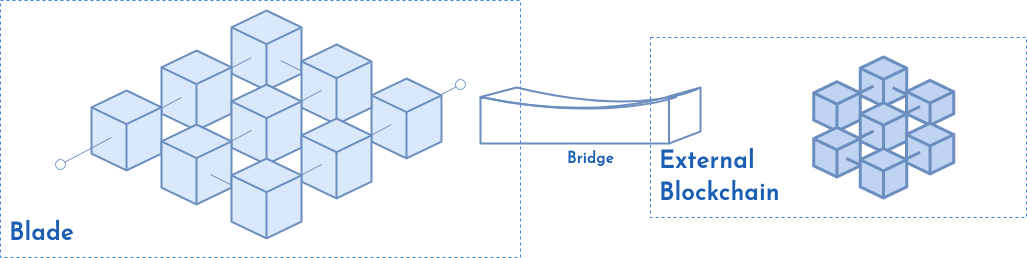
Earlier version of the draw.io export gitbook/.gitbook/assets/system_architecture-L1&IntegratedBridge.drawio.png (Ethernal-Tech/blade-legacy). Source tidied: cells renumbered, new cells last; positions are measured from the earlier drawing's top-left corner, leaving out a move shared by most shapes. Source of this version:
```xml
<mxGraphModel>
  <root>
    <mxCell id="0" />
    <mxCell id="1" parent="0" />
    <mxCell id="2" value="&lt;font face=&quot;josefin sans&quot; color=&quot;#1a5fb4&quot;&gt;Blade&lt;/font&gt;" style="text;strokeColor=#3584e4;fillColor=none;html=1;fontSize=24;fontStyle=1;verticalAlign=bottom;align=left;labelBorderColor=none;dashed=1;spacingTop=7;spacingLeft=7;spacingBottom=7;spacing=2;" parent="1" vertex="1">
      <mxGeometry width="520" height="257" as="geometry" />
    </mxCell>
    <mxCell id="3" style="group;" parent="1" vertex="1">
      <mxGeometry x="60" y="10" width="400" height="228" as="geometry" />
    </mxCell>
    <mxCell id="4" style="endArrow=oval;html=1;rounded=0;jumpSize=1;endSize=10;fillColor=#dae8fc;strokeColor=#6c8ebf;endFill=0;startSize=10;" parent="3" edge="1">
      <mxGeometry relative="1" as="geometry">
        <mxPoint x="349" y="101" as="sourcePoint" />
        <mxPoint x="400" y="74" as="targetPoint" />
      </mxGeometry>
    </mxCell>
    <mxCell id="5" style="html=1;whiteSpace=wrap;shape=isoCube2;backgroundOutline=1;isoAngle=15;fillColor=#dae8fc;strokeColor=#6c8ebf;strokeWidth=2;" parent="3" vertex="1">
      <mxGeometry x="311" y="68" width="70" height="80" as="geometry" />
    </mxCell>
    <mxCell id="6" style="endArrow=none;html=1;rounded=0;jumpSize=1;endSize=6;fillColor=#dae8fc;strokeColor=#6c8ebf;endFill=0;startArrow=none;startFill=0;" parent="3" edge="1">
      <mxGeometry relative="1" as="geometry">
        <mxPoint x="280" y="141" as="sourcePoint" />
        <mxPoint x="331" y="114" as="targetPoint" />
      </mxGeometry>
    </mxCell>
    <mxCell id="7" style="html=1;whiteSpace=wrap;shape=isoCube2;backgroundOutline=1;isoAngle=15;fillColor=#dae8fc;strokeColor=#6c8ebf;strokeWidth=2;" parent="3" vertex="1">
      <mxGeometry x="171" width="70" height="80" as="geometry" />
    </mxCell>
    <mxCell id="8" style="endArrow=none;html=1;rounded=0;jumpSize=1;endSize=6;fillColor=#dae8fc;strokeColor=#6c8ebf;endFill=0;startArrow=none;startFill=0;" parent="3" edge="1">
      <mxGeometry relative="1" as="geometry">
        <mxPoint x="280" y="80" as="sourcePoint" />
        <mxPoint x="220" y="50" as="targetPoint" />
      </mxGeometry>
    </mxCell>
    <mxCell id="9" style="html=1;whiteSpace=wrap;shape=isoCube2;backgroundOutline=1;isoAngle=15;fillColor=#dae8fc;strokeColor=#6c8ebf;strokeWidth=2;" parent="3" vertex="1">
      <mxGeometry x="241" y="34" width="70" height="80" as="geometry" />
    </mxCell>
    <mxCell id="10" style="endArrow=none;html=1;rounded=0;jumpSize=1;endSize=6;fillColor=#dae8fc;strokeColor=#6c8ebf;endFill=0;startArrow=none;startFill=0;" parent="3" edge="1">
      <mxGeometry relative="1" as="geometry">
        <mxPoint x="140" y="74" as="sourcePoint" />
        <mxPoint x="191" y="47" as="targetPoint" />
      </mxGeometry>
    </mxCell>
    <mxCell id="11" style="html=1;whiteSpace=wrap;shape=isoCube2;backgroundOutline=1;isoAngle=15;fillColor=#dae8fc;strokeColor=#6c8ebf;strokeWidth=2;" parent="3" vertex="1">
      <mxGeometry x="101" y="40" width="70" height="80" as="geometry" />
    </mxCell>
    <mxCell id="12" style="endArrow=none;html=1;rounded=0;jumpSize=1;endSize=6;fillColor=#dae8fc;strokeColor=#6c8ebf;endFill=0;startArrow=none;startFill=0;" parent="3" edge="1">
      <mxGeometry relative="1" as="geometry">
        <mxPoint x="70" y="114" as="sourcePoint" />
        <mxPoint x="121" y="87" as="targetPoint" />
      </mxGeometry>
    </mxCell>
    <mxCell id="13" style="html=1;whiteSpace=wrap;shape=isoCube2;backgroundOutline=1;isoAngle=15;fillColor=#dae8fc;strokeColor=#6c8ebf;strokeWidth=2;" parent="3" vertex="1">
      <mxGeometry x="31" y="80" width="70" height="80" as="geometry" />
    </mxCell>
    <mxCell id="14" style="endArrow=none;html=1;rounded=0;jumpSize=1;endSize=10;fillColor=#dae8fc;strokeColor=#6c8ebf;endFill=0;startArrow=oval;startFill=0;startSize=10;" parent="3" edge="1">
      <mxGeometry relative="1" as="geometry">
        <mxPoint y="154" as="sourcePoint" />
        <mxPoint x="51" y="127" as="targetPoint" />
      </mxGeometry>
    </mxCell>
    <mxCell id="15" style="endArrow=none;html=1;rounded=0;jumpSize=1;endSize=6;fillColor=#dae8fc;strokeColor=#6c8ebf;endFill=0;startArrow=none;startFill=0;" parent="3" edge="1">
      <mxGeometry relative="1" as="geometry">
        <mxPoint x="210" y="107" as="sourcePoint" />
        <mxPoint x="261" y="80" as="targetPoint" />
      </mxGeometry>
    </mxCell>
    <mxCell id="16" style="html=1;whiteSpace=wrap;shape=isoCube2;backgroundOutline=1;isoAngle=15;fillColor=#dae8fc;strokeColor=#6c8ebf;strokeWidth=2;" parent="3" vertex="1">
      <mxGeometry x="171" y="74" width="70" height="80" as="geometry" />
    </mxCell>
    <mxCell id="17" style="endArrow=none;html=1;rounded=0;jumpSize=1;endSize=6;fillColor=#dae8fc;strokeColor=#6c8ebf;endFill=0;startArrow=none;startFill=0;" parent="3" edge="1">
      <mxGeometry relative="1" as="geometry">
        <mxPoint x="140" y="147" as="sourcePoint" />
        <mxPoint x="191" y="120" as="targetPoint" />
      </mxGeometry>
    </mxCell>
    <mxCell id="18" style="html=1;whiteSpace=wrap;shape=isoCube2;backgroundOutline=1;isoAngle=15;fillColor=#dae8fc;strokeColor=#6c8ebf;strokeWidth=2;" parent="3" vertex="1">
      <mxGeometry x="101" y="114" width="70" height="80" as="geometry" />
    </mxCell>
    <mxCell id="19" style="endArrow=none;html=1;rounded=0;jumpSize=1;endSize=6;fillColor=#dae8fc;strokeColor=#6c8ebf;endFill=0;startArrow=none;startFill=0;" parent="3" edge="1">
      <mxGeometry relative="1" as="geometry">
        <mxPoint x="210" y="194" as="sourcePoint" />
        <mxPoint x="150" y="164" as="targetPoint" />
      </mxGeometry>
    </mxCell>
    <mxCell id="20" style="html=1;whiteSpace=wrap;shape=isoCube2;backgroundOutline=1;isoAngle=15;fillColor=#dae8fc;strokeColor=#6c8ebf;strokeWidth=2;" parent="3" vertex="1">
      <mxGeometry x="241" y="108" width="70" height="80" as="geometry" />
    </mxCell>
    <mxCell id="21" style="endArrow=none;html=1;rounded=0;jumpSize=1;endSize=6;fillColor=#dae8fc;strokeColor=#6c8ebf;endFill=0;startArrow=none;startFill=0;" parent="3" edge="1">
      <mxGeometry relative="1" as="geometry">
        <mxPoint x="210" y="181" as="sourcePoint" />
        <mxPoint x="261" y="154" as="targetPoint" />
      </mxGeometry>
    </mxCell>
    <mxCell id="22" style="html=1;whiteSpace=wrap;shape=isoCube2;backgroundOutline=1;isoAngle=15;fillColor=#dae8fc;strokeColor=#6c8ebf;strokeWidth=2;" parent="3" vertex="1">
      <mxGeometry x="171" y="148" width="70" height="80" as="geometry" />
    </mxCell>
    <mxCell id="23" style="group;" parent="1" vertex="1">
      <mxGeometry x="650" y="37" width="376" height="180" as="geometry" />
    </mxCell>
    <mxCell id="24" value="&lt;div&gt;&lt;font color=&quot;#1a5fb4&quot; face=&quot;josefin sans&quot;&gt;External &lt;br&gt;&lt;/font&gt;&lt;/div&gt;&lt;div&gt;&lt;font color=&quot;#1a5fb4&quot; face=&quot;josefin sans&quot;&gt;Blockchain&lt;br&gt;&lt;/font&gt;&lt;/div&gt;" style="text;strokeColor=#3584e4;fillColor=none;html=1;fontSize=24;fontStyle=1;verticalAlign=bottom;align=left;labelBorderColor=none;dashed=1;spacingTop=7;spacingLeft=7;spacingBottom=7;spacing=2;" parent="23" vertex="1">
      <mxGeometry width="376" height="180" as="geometry" />
    </mxCell>
    <mxCell id="25" style="group;" parent="23" vertex="1">
      <mxGeometry x="96" y="19.5" width="266" height="141" as="geometry" />
    </mxCell>
    <mxCell id="26" style="html=1;whiteSpace=wrap;shape=isoCube2;backgroundOutline=1;isoAngle=15;fillColor=#BFD4F2;strokeColor=#6c8ebf;align=center;verticalAlign=middle;fontFamily=Helvetica;fontSize=12;fontColor=default;strokeWidth=3;" parent="25" vertex="1">
      <mxGeometry x="113.7" width="46.6" height="49.5" as="geometry" />
    </mxCell>
    <mxCell id="27" style="endArrow=none;html=1;rounded=0;jumpSize=1;endSize=6;fillColor=#dae8fc;strokeColor=#6c8ebf;endFill=0;startArrow=none;startFill=0;strokeWidth=3;" parent="25" edge="1">
      <mxGeometry relative="1" as="geometry">
        <mxPoint x="186.2" y="49.5" as="sourcePoint" />
        <mxPoint x="146.3" y="30.9" as="targetPoint" />
      </mxGeometry>
    </mxCell>
    <mxCell id="28" style="html=1;whiteSpace=wrap;shape=isoCube2;backgroundOutline=1;isoAngle=15;fillColor=#BFD4F2;strokeColor=#6c8ebf;strokeWidth=3;" parent="25" vertex="1">
      <mxGeometry x="159.9" y="23.4" width="47.2" height="44.8" as="geometry" />
    </mxCell>
    <mxCell id="29" style="endArrow=none;html=1;rounded=0;jumpSize=1;endSize=6;fillColor=#dae8fc;strokeColor=#6c8ebf;endFill=0;startArrow=none;startFill=0;strokeWidth=3;" parent="25" edge="1">
      <mxGeometry relative="1" as="geometry">
        <mxPoint x="93.1" y="45.8" as="sourcePoint" />
        <mxPoint x="127" y="29.1" as="targetPoint" />
      </mxGeometry>
    </mxCell>
    <mxCell id="30" style="html=1;whiteSpace=wrap;shape=isoCube2;backgroundOutline=1;isoAngle=15;fillColor=#BFD4F2;strokeColor=#6c8ebf;strokeWidth=3;" parent="25" vertex="1">
      <mxGeometry x="67.2" y="24.7" width="46.6" height="49.5" as="geometry" />
    </mxCell>
    <mxCell id="31" style="endArrow=none;html=1;rounded=0;jumpSize=1;endSize=6;fillColor=#dae8fc;strokeColor=#6c8ebf;endFill=0;startArrow=none;startFill=0;strokeWidth=3;" parent="25" edge="1">
      <mxGeometry relative="1" as="geometry">
        <mxPoint x="139.7" y="66.2" as="sourcePoint" />
        <mxPoint x="173.6" y="49.5" as="targetPoint" />
      </mxGeometry>
    </mxCell>
    <mxCell id="32" style="html=1;whiteSpace=wrap;shape=isoCube2;backgroundOutline=1;isoAngle=15;fillColor=#BFD4F2;strokeColor=#6c8ebf;align=center;verticalAlign=middle;fontFamily=Helvetica;fontSize=12;fontColor=default;strokeWidth=3;" parent="25" vertex="1">
      <mxGeometry x="113.7" y="45.8" width="46.6" height="49.5" as="geometry" />
    </mxCell>
    <mxCell id="33" style="endArrow=none;html=1;rounded=0;jumpSize=1;endSize=6;fillColor=#dae8fc;strokeColor=#6c8ebf;endFill=0;startArrow=none;startFill=0;strokeWidth=3;" parent="25" edge="1">
      <mxGeometry relative="1" as="geometry">
        <mxPoint x="93.1" y="90.9" as="sourcePoint" />
        <mxPoint x="127" y="74.2" as="targetPoint" />
      </mxGeometry>
    </mxCell>
    <mxCell id="34" style="html=1;whiteSpace=wrap;shape=isoCube2;backgroundOutline=1;isoAngle=15;fillColor=#BFD4F2;strokeColor=#6c8ebf;strokeWidth=3;" parent="25" vertex="1">
      <mxGeometry x="67.2" y="70.5" width="46.6" height="49.5" as="geometry" />
    </mxCell>
    <mxCell id="35" style="endArrow=none;html=1;rounded=0;jumpSize=1;endSize=6;fillColor=#dae8fc;strokeColor=#6c8ebf;endFill=0;startArrow=none;startFill=0;strokeWidth=3;" parent="25" edge="1">
      <mxGeometry relative="1" as="geometry">
        <mxPoint x="139.7" y="120" as="sourcePoint" />
        <mxPoint x="99.8" y="101.4" as="targetPoint" />
      </mxGeometry>
    </mxCell>
    <mxCell id="36" style="html=1;whiteSpace=wrap;shape=isoCube2;backgroundOutline=1;isoAngle=15;fillColor=#BFD4F2;strokeColor=#6c8ebf;strokeWidth=3;" parent="25" vertex="1">
      <mxGeometry x="159.9" y="66.2" width="47.2" height="50.7" as="geometry" />
    </mxCell>
    <mxCell id="37" style="endArrow=none;html=1;rounded=0;jumpSize=1;endSize=6;fillColor=#dae8fc;strokeColor=#6c8ebf;endFill=0;startArrow=none;startFill=0;strokeWidth=3;" parent="25" edge="1">
      <mxGeometry relative="1" as="geometry">
        <mxPoint x="139.7" y="111.9" as="sourcePoint" />
        <mxPoint x="173.6" y="95.2" as="targetPoint" />
      </mxGeometry>
    </mxCell>
    <mxCell id="38" style="html=1;whiteSpace=wrap;shape=isoCube2;backgroundOutline=1;isoAngle=15;fillColor=#BFD4F2;strokeColor=#6c8ebf;align=center;verticalAlign=middle;fontFamily=Helvetica;fontSize=12;fontColor=default;strokeWidth=3;" parent="25" vertex="1">
      <mxGeometry x="113.7" y="91.5" width="46.6" height="49.5" as="geometry" />
    </mxCell>
    <mxCell id="39" value="Bridge" style="shape=mxgraph.cisco.misc.bridge;html=1;dashed=0;fillColor=none;strokeColor=#6c8ebf;strokeWidth=2;verticalLabelPosition=bottom;verticalAlign=top;align=center;fontFamily=josefin sans;fontSource=https%3A%2F%2Ffonts.googleapis.com%2Fcss%3Ffamily%3DJosefin%20Sans;fontColor=#1a5fb4;fontSize=15;fontStyle=1;" parent="1" vertex="1">
      <mxGeometry x="480" y="87" width="220" height="56" as="geometry" />
    </mxCell>
  </root>
</mxGraphModel>
```
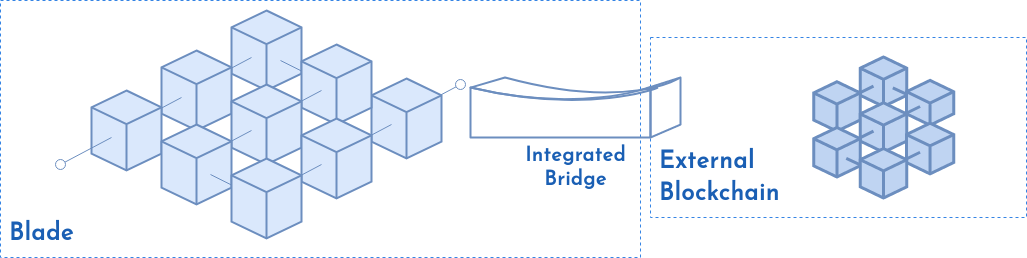
Above is the later version.

Diff of the diagram source:
```diff
@@ -3,7 +3,7 @@
     <mxCell id="0" />
     <mxCell id="1" parent="0" />
     <mxCell id="2" value="&lt;font face=&quot;josefin sans&quot; color=&quot;#1a5fb4&quot;&gt;Blade&lt;/font&gt;" style="text;strokeColor=#3584e4;fillColor=none;html=1;fontSize=24;fontStyle=1;verticalAlign=bottom;align=left;labelBorderColor=none;dashed=1;spacingTop=7;spacingLeft=7;spacingBottom=7;spacing=2;" parent="1" vertex="1">
-      <mxGeometry width="520" height="257" as="geometry" />
+      <mxGeometry width="640" height="257" as="geometry" />
     </mxCell>
     <mxCell id="3" style="group;" parent="1" vertex="1">
       <mxGeometry x="60" y="10" width="400" height="228" as="geometry" />
@@ -161,8 +161,8 @@
     <mxCell id="38" style="html=1;whiteSpace=wrap;shape=isoCube2;backgroundOutline=1;isoAngle=15;fillColor=#BFD4F2;strokeColor=#6c8ebf;align=center;verticalAlign=middle;fontFamily=Helvetica;fontSize=12;fontColor=default;strokeWidth=3;" parent="25" vertex="1">
       <mxGeometry x="113.7" y="91.5" width="46.6" height="49.5" as="geometry" />
     </mxCell>
-    <mxCell id="39" value="Bridge" style="shape=mxgraph.cisco.misc.bridge;html=1;dashed=0;fillColor=none;strokeColor=#6c8ebf;strokeWidth=2;verticalLabelPosition=bottom;verticalAlign=top;align=center;fontFamily=josefin sans;fontSource=https%3A%2F%2Ffonts.googleapis.com%2Fcss%3Ffamily%3DJosefin%20Sans;fontColor=#1a5fb4;fontSize=15;fontStyle=1;" parent="1" vertex="1">
-      <mxGeometry x="480" y="87" width="220" height="56" as="geometry" />
+    <mxCell id="39" value="&lt;div style=&quot;font-size: 20px;&quot;&gt;&lt;font style=&quot;font-size: 20px;&quot;&gt;Integrated&lt;/font&gt;&lt;/div&gt;&lt;div style=&quot;font-size: 20px;&quot;&gt;&lt;font style=&quot;font-size: 20px;&quot;&gt;Bridge&lt;/font&gt;&lt;/div&gt;" style="shape=mxgraph.cisco.misc.bridge;html=1;dashed=0;fillColor=none;strokeColor=#6c8ebf;strokeWidth=2;verticalLabelPosition=bottom;verticalAlign=top;align=center;fontFamily=josefin sans;fontSource=https%3A%2F%2Ffonts.googleapis.com%2Fcss%3Ffamily%3DJosefin%20Sans;fontColor=#1a5fb4;fontSize=15;fontStyle=1;" parent="1" vertex="1">
+      <mxGeometry x="470" y="77" width="210" height="60" as="geometry" />
     </mxCell>
   </root>
 </mxGraphModel>
```
